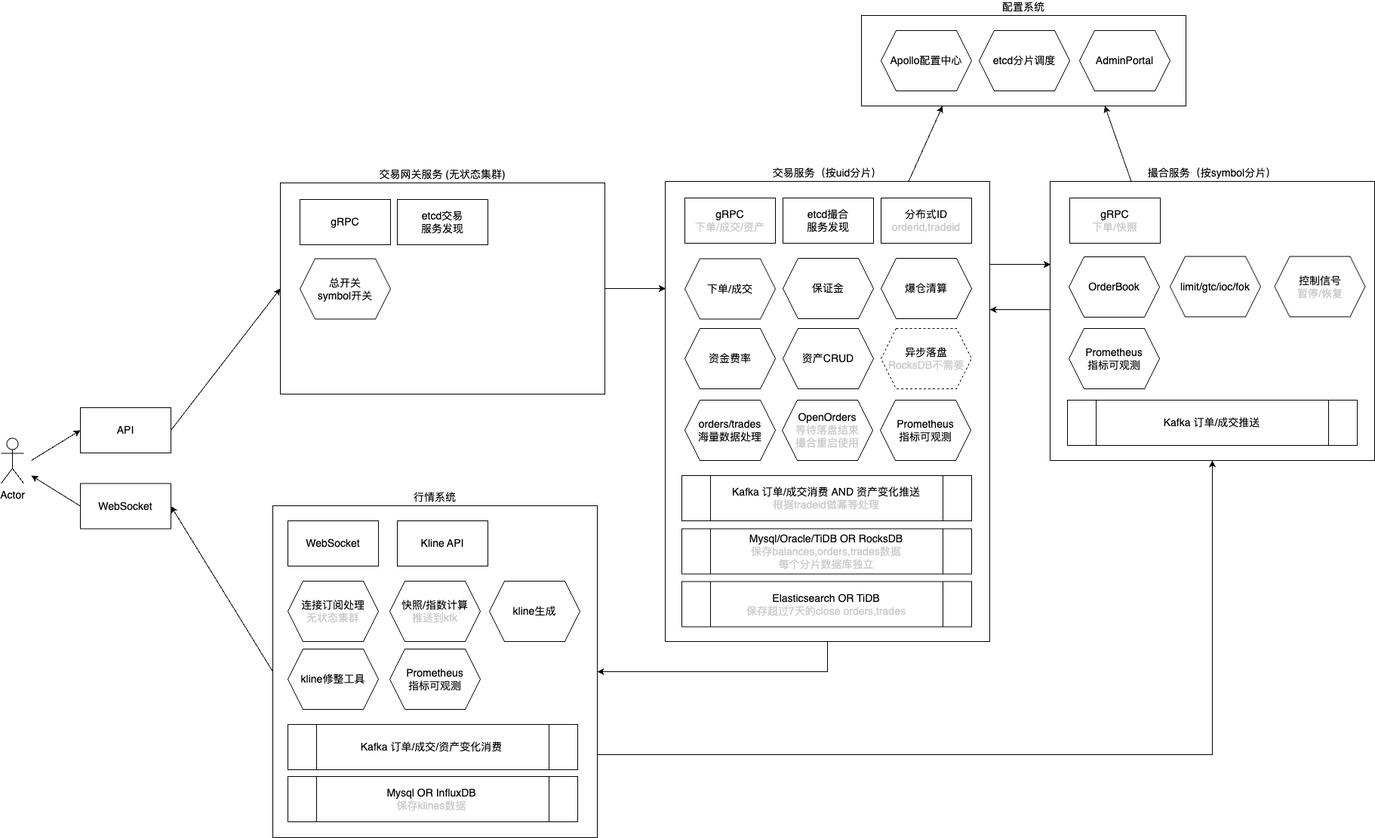
Before: images/撮合与交易系统架构设计.png, a diagram exported from draw.io (jacktop/CryptocurrencyExchangeTechnology). Source tidied: cells renumbered, new cells last; positions are measured from the earlier drawing's top-left corner, leaving out a move shared by most shapes.
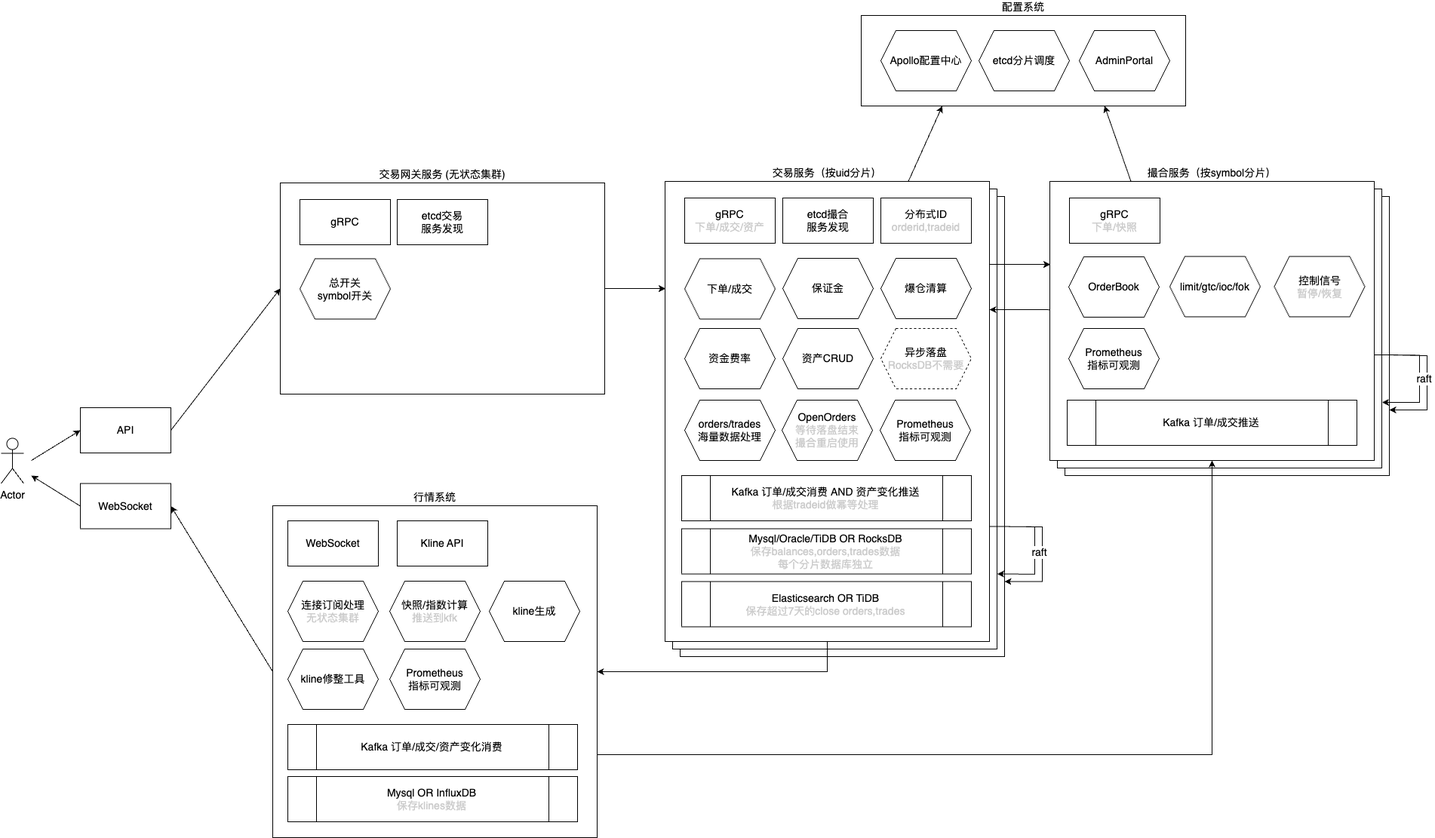
Above is the later version.

Change to the diagram source:
```diff
@@ -2,10 +2,22 @@
   <root>
     <mxCell id="0" />
     <mxCell id="1" parent="0" />
+    <mxCell id="58" style="rounded=0;whiteSpace=wrap;html=1;shadow=0;sketch=0;strokeColor=default;fontSize=14;labelPosition=center;verticalLabelPosition=top;align=center;verticalAlign=bottom;fillColor=default;" parent="1" vertex="1">
+      <mxGeometry x="1410" y="240" width="430" height="370" as="geometry" />
+    </mxCell>
+    <mxCell id="59" style="rounded=0;whiteSpace=wrap;html=1;shadow=0;sketch=0;strokeColor=default;fontSize=14;labelPosition=center;verticalLabelPosition=top;align=center;verticalAlign=bottom;fillColor=default;" parent="1" vertex="1">
+      <mxGeometry x="900" y="240" width="430" height="610" as="geometry" />
+    </mxCell>
+    <mxCell id="60" style="rounded=0;whiteSpace=wrap;html=1;shadow=0;sketch=0;strokeColor=default;fontSize=14;labelPosition=center;verticalLabelPosition=top;align=center;verticalAlign=bottom;fillColor=default;" parent="1" vertex="1">
+      <mxGeometry x="1400" y="230" width="430" height="370" as="geometry" />
+    </mxCell>
+    <mxCell id="61" style="rounded=0;whiteSpace=wrap;html=1;shadow=0;sketch=0;strokeColor=default;fontSize=14;labelPosition=center;verticalLabelPosition=top;align=center;verticalAlign=bottom;fillColor=default;" parent="1" vertex="1">
+      <mxGeometry x="890" y="230" width="430" height="610" as="geometry" />
+    </mxCell>
-    <mxCell id="2" value="配置系统" style="rounded=0;whiteSpace=wrap;html=1;shadow=0;sketch=0;strokeColor=default;fontSize=14;labelPosition=center;verticalLabelPosition=top;align=center;verticalAlign=bottom;fillColor=none;" parent="1" vertex="1">
+    <mxCell id="2" value="配置系统" style="rounded=0;whiteSpace=wrap;html=1;shadow=0;sketch=0;strokeColor=default;fontSize=14;labelPosition=center;verticalLabelPosition=top;align=center;verticalAlign=bottom;fillColor=default;" parent="1" vertex="1">
       <mxGeometry x="1140" width="430" height="120" as="geometry" />
     </mxCell>
-    <mxCell id="3" value="交易服务（按uid分片）" style="rounded=0;whiteSpace=wrap;html=1;shadow=0;sketch=0;strokeColor=default;fontSize=14;labelPosition=center;verticalLabelPosition=top;align=center;verticalAlign=bottom;fillColor=none;" parent="1" vertex="1">
+    <mxCell id="3" value="交易服务（按uid分片）" style="rounded=0;whiteSpace=wrap;html=1;shadow=0;sketch=0;strokeColor=default;fontSize=14;labelPosition=center;verticalLabelPosition=top;align=center;verticalAlign=bottom;fillColor=default;" parent="1" vertex="1">
       <mxGeometry x="880" y="220" width="430" height="610" as="geometry" />
     </mxCell>
     <mxCell id="4" value="API" style="rounded=0;whiteSpace=wrap;html=1;fontSize=14;" parent="1" vertex="1">
@@ -26,7 +38,7 @@
     <mxCell id="9" value="爆仓清算" style="shape=hexagon;perimeter=hexagonPerimeter2;whiteSpace=wrap;html=1;fixedSize=1;fontSize=14;" parent="1" vertex="1">
       <mxGeometry x="1166" y="322" width="120" height="80" as="geometry" />
     </mxCell>
-    <mxCell id="10" value="撮合服务（按symbol分片）" style="rounded=0;whiteSpace=wrap;html=1;shadow=0;sketch=0;strokeColor=default;fontSize=14;labelPosition=center;verticalLabelPosition=top;align=center;verticalAlign=bottom;fillColor=none;" parent="1" vertex="1">
+    <mxCell id="10" value="撮合服务（按symbol分片）" style="rounded=0;whiteSpace=wrap;html=1;shadow=0;sketch=0;strokeColor=default;fontSize=14;labelPosition=center;verticalLabelPosition=top;align=center;verticalAlign=bottom;fillColor=default;" parent="1" vertex="1">
       <mxGeometry x="1390" y="220" width="430" height="370" as="geometry" />
     </mxCell>
     <mxCell id="11" value="gRPC&lt;br&gt;&lt;font color=&quot;#cccccc&quot;&gt;下单/快照&lt;/font&gt;" style="rounded=0;whiteSpace=wrap;html=1;fontSize=14;" parent="1" vertex="1">
@@ -38,7 +50,7 @@
     <mxCell id="13" value="Actor" style="shape=umlActor;verticalLabelPosition=bottom;verticalAlign=top;html=1;rounded=0;shadow=0;sketch=0;strokeColor=default;fontSize=14;fillColor=none;" parent="1" vertex="1">
       <mxGeometry y="560.5" width="30" height="60" as="geometry" />
     </mxCell>
-    <mxCell id="14" value="交易网关服务 (无状态集群)" style="rounded=0;whiteSpace=wrap;html=1;shadow=0;sketch=0;strokeColor=default;fontSize=14;labelPosition=center;verticalLabelPosition=top;align=center;verticalAlign=bottom;fillColor=none;" parent="1" vertex="1">
+    <mxCell id="14" value="交易网关服务 (无状态集群)" style="rounded=0;whiteSpace=wrap;html=1;shadow=0;sketch=0;strokeColor=default;fontSize=14;labelPosition=center;verticalLabelPosition=top;align=center;verticalAlign=bottom;fillColor=default;" parent="1" vertex="1">
       <mxGeometry x="370" y="222" width="430" height="280" as="geometry" />
     </mxCell>
     <mxCell id="15" value="gRPC" style="rounded=0;whiteSpace=wrap;html=1;fontSize=14;" parent="1" vertex="1">
@@ -80,7 +92,7 @@
     <mxCell id="27" style="edgeStyle=orthogonalEdgeStyle;rounded=0;jettySize=auto;html=1;exitX=1;exitY=0.75;exitDx=0;exitDy=0;fontSize=14;fontColor=#CCCCCC;entryX=0.5;entryY=1;entryDx=0;entryDy=0;" parent="1" edge="1" source="28" target="10">
       <mxGeometry relative="1" as="geometry" />
     </mxCell>
-    <mxCell id="28" value="行情系统" style="rounded=0;whiteSpace=wrap;html=1;shadow=0;sketch=0;strokeColor=default;fontSize=14;labelPosition=center;verticalLabelPosition=top;align=center;verticalAlign=bottom;fillColor=none;" parent="1" vertex="1">
+    <mxCell id="28" value="行情系统" style="rounded=0;whiteSpace=wrap;html=1;shadow=0;sketch=0;strokeColor=default;fontSize=14;labelPosition=center;verticalLabelPosition=top;align=center;verticalAlign=bottom;fillColor=default;" parent="1" vertex="1">
       <mxGeometry x="360" y="650" width="430" height="440" as="geometry" />
     </mxCell>
     <mxCell id="29" value="连接订阅处理&lt;br&gt;&lt;font color=&quot;#cccccc&quot;&gt;无状态集群&lt;/font&gt;" style="shape=hexagon;perimeter=hexagonPerimeter2;whiteSpace=wrap;html=1;fixedSize=1;fontSize=14;" parent="1" vertex="1">
@@ -180,5 +192,60 @@
     <mxCell id="57" value="资产CRUD" style="shape=hexagon;perimeter=hexagonPerimeter2;whiteSpace=wrap;html=1;fixedSize=1;fontSize=14;" parent="1" vertex="1">
       <mxGeometry x="1036" y="415" width="120" height="80" as="geometry" />
     </mxCell>
+    <mxCell id="62" style="group;" parent="1" vertex="1">
+      <mxGeometry x="1330" y="677" width="40" height="74" as="geometry" />
+    </mxCell>
+    <mxCell id="63" style="edgeStyle=orthogonalEdgeStyle;rounded=0;jettySize=auto;html=1;exitX=1;exitY=0.75;exitDx=0;exitDy=0;entryX=1.001;entryY=0.837;entryDx=0;entryDy=0;entryPerimeter=0;" parent="62" edge="1" source="3" target="61">
+      <mxGeometry relative="1" as="geometry">
+        <Array as="points">
+          <mxPoint y="1" />
+          <mxPoint x="40" y="1" />
+          <mxPoint x="40" y="64" />
+        </Array>
+      </mxGeometry>
+    </mxCell>
+    <mxCell id="64" style="edgeStyle=orthogonalEdgeStyle;rounded=0;jettySize=auto;html=1;exitX=1;exitY=0.75;exitDx=0;exitDy=0;" parent="62" edge="1" source="3">
+      <mxGeometry relative="1" as="geometry">
+        <mxPoint y="73.5" as="targetPoint" />
+        <Array as="points">
+          <mxPoint y="1" />
+          <mxPoint x="50" y="1" />
+          <mxPoint x="50" y="74" />
+        </Array>
+      </mxGeometry>
+    </mxCell>
+    <mxCell id="65" value="raft" style="edgeLabel;html=1;align=center;verticalAlign=middle;fontSize=14;" parent="64" vertex="1">
+      <mxGeometry x="0.05" relative="1" as="geometry">
+        <mxPoint x="-5" y="1" as="offset" />
+      </mxGeometry>
+    </mxCell>
+    <mxCell id="66" style="edgeStyle=orthogonalEdgeStyle;rounded=0;orthogonalLoop=1;jettySize=auto;html=1;exitX=1;exitY=0.75;exitDx=0;exitDy=0;entryX=1.001;entryY=0.837;entryDx=0;entryDy=0;entryPerimeter=0;" parent="1" edge="1">
+      <mxGeometry relative="1" as="geometry">
+        <mxPoint x="1820" y="450" as="sourcePoint" />
+        <mxPoint x="1830.4" y="513.1" as="targetPoint" />
+        <Array as="points">
+          <mxPoint x="1840" y="450.5" />
+          <mxPoint x="1880" y="450.5" />
+          <mxPoint x="1880" y="513.5" />
+        </Array>
+      </mxGeometry>
+    </mxCell>
+    <mxCell id="67" style="edgeStyle=orthogonalEdgeStyle;rounded=0;orthogonalLoop=1;jettySize=auto;html=1;exitX=1;exitY=0.75;exitDx=0;exitDy=0;" parent="1" edge="1">
+      <mxGeometry relative="1" as="geometry">
+        <mxPoint x="1820" y="450" as="sourcePoint" />
+        <mxPoint x="1840" y="523" as="targetPoint" />
+        <Array as="points">
+          <mxPoint x="1840" y="450" />
+          <mxPoint x="1840" y="451" />
+          <mxPoint x="1890" y="451" />
+          <mxPoint x="1890" y="523" />
+        </Array>
+      </mxGeometry>
+    </mxCell>
+    <mxCell id="68" value="raft" style="edgeLabel;html=1;align=center;verticalAlign=middle;fontSize=14;" parent="67" vertex="1">
+      <mxGeometry x="0.05" relative="1" as="geometry">
+        <mxPoint x="-5" as="offset" />
+      </mxGeometry>
+    </mxCell>
   </root>
 </mxGraphModel>
```
